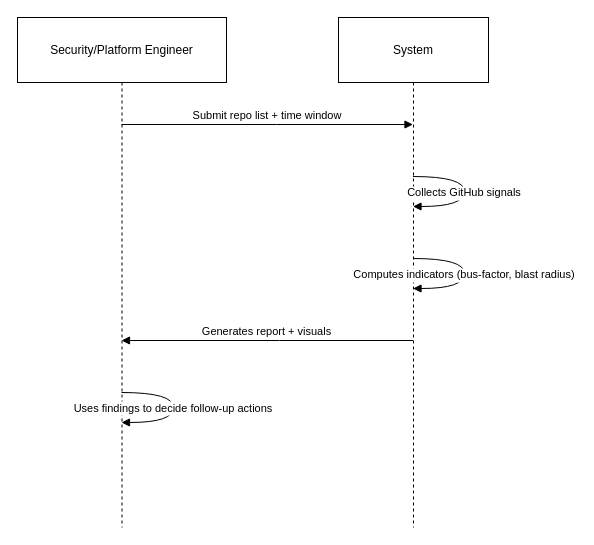
The draw.io diagram Div/Actor.drawio in EskilAl/Obsidian, before the edit. Source tidied: cells renumbered, new cells numbered last; positions are measured from the earlier drawing's top-left corner, leaving out a move shared by most shapes. Both pictures are drawn from the tidied source at 100%, with x=0, y=0 at pixel (17, 17).
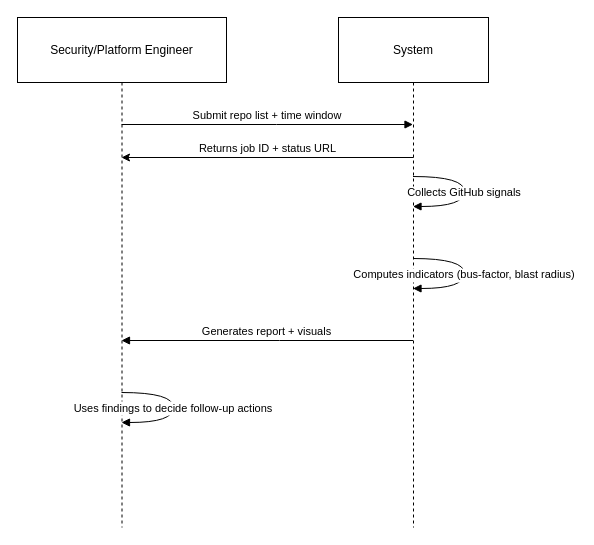
The same page after the edit.

Change to the diagram source:
```diff
@@
 <mxGraphModel>
   <root>
     <mxCell id="0" />
     <mxCell id="1" parent="0" />
     <mxCell id="2" value="Security/Platform Engineer" style="shape=umlLifeline;perimeter=lifelinePerimeter;whiteSpace=wrap;outlineConnect=0;portConstraint=eastwest;newEdgeStyle={&quot;edgeStyle&quot;:&quot;elbowEdgeStyle&quot;,&quot;elbow&quot;:&quot;vertical&quot;,&quot;curved&quot;:0,&quot;rounded&quot;:0};size=65;" parent="1" vertex="1">
       <mxGeometry width="209" height="510" as="geometry" />
     </mxCell>
     <mxCell id="3" value="System" style="shape=umlLifeline;perimeter=lifelinePerimeter;whiteSpace=wrap;outlineConnect=0;portConstraint=eastwest;newEdgeStyle={&quot;edgeStyle&quot;:&quot;elbowEdgeStyle&quot;,&quot;elbow&quot;:&quot;vertical&quot;,&quot;curved&quot;:0,&quot;rounded&quot;:0};size=65;" parent="1" vertex="1">
       <mxGeometry x="321" width="150" height="510" as="geometry" />
     </mxCell>
     <mxCell id="4" value="Submit repo list + time window" style="verticalAlign=bottom;edgeStyle=elbowEdgeStyle;elbow=vertical;curved=0;rounded=0;endArrow=block;" parent="1" edge="1" source="2" target="3">
       <mxGeometry relative="1" as="geometry">
         <Array as="points">
           <mxPoint x="259" y="107" />
         </Array>
       </mxGeometry>
     </mxCell>
     <mxCell id="5" value="Collects GitHub signals" style="curved=1;endArrow=block;" parent="1" edge="1" source="3" target="3">
       <mxGeometry relative="1" as="geometry">
         <Array as="points">
           <mxPoint x="447" y="159" />
           <mxPoint x="447" y="189" />
         </Array>
       </mxGeometry>
     </mxCell>
     <mxCell id="6" value="Computes indicators (bus-factor, blast radius)" style="curved=1;endArrow=block;" parent="1" edge="1" source="3" target="3">
       <mxGeometry relative="1" as="geometry">
         <Array as="points">
           <mxPoint x="447" y="241" />
           <mxPoint x="447" y="271" />
         </Array>
       </mxGeometry>
     </mxCell>
     <mxCell id="7" value="Generates report + visuals" style="verticalAlign=bottom;edgeStyle=elbowEdgeStyle;elbow=vertical;curved=0;rounded=0;endArrow=block;" parent="1" edge="1" source="3" target="2">
       <mxGeometry relative="1" as="geometry">
         <Array as="points">
           <mxPoint x="262" y="323" />
         </Array>
       </mxGeometry>
     </mxCell>
     <mxCell id="8" value="Uses findings to decide follow-up actions" style="curved=1;endArrow=block;" parent="1" edge="1" source="2" target="2">
       <mxGeometry relative="1" as="geometry">
         <Array as="points">
           <mxPoint x="156" y="375" />
           <mxPoint x="156" y="405" />
         </Array>
       </mxGeometry>
     </mxCell>
+    <mxCell id="9" value="Returns job ID + status URL" style="endArrow=classic;html=1;rounded=0;verticalAlign=bottom;" parent="1" edge="1" target="2">
+      <mxGeometry relative="1" as="geometry">
+        <mxPoint x="396" y="140" as="sourcePoint" />
+      </mxGeometry>
+    </mxCell>
   </root>
 </mxGraphModel>
```
